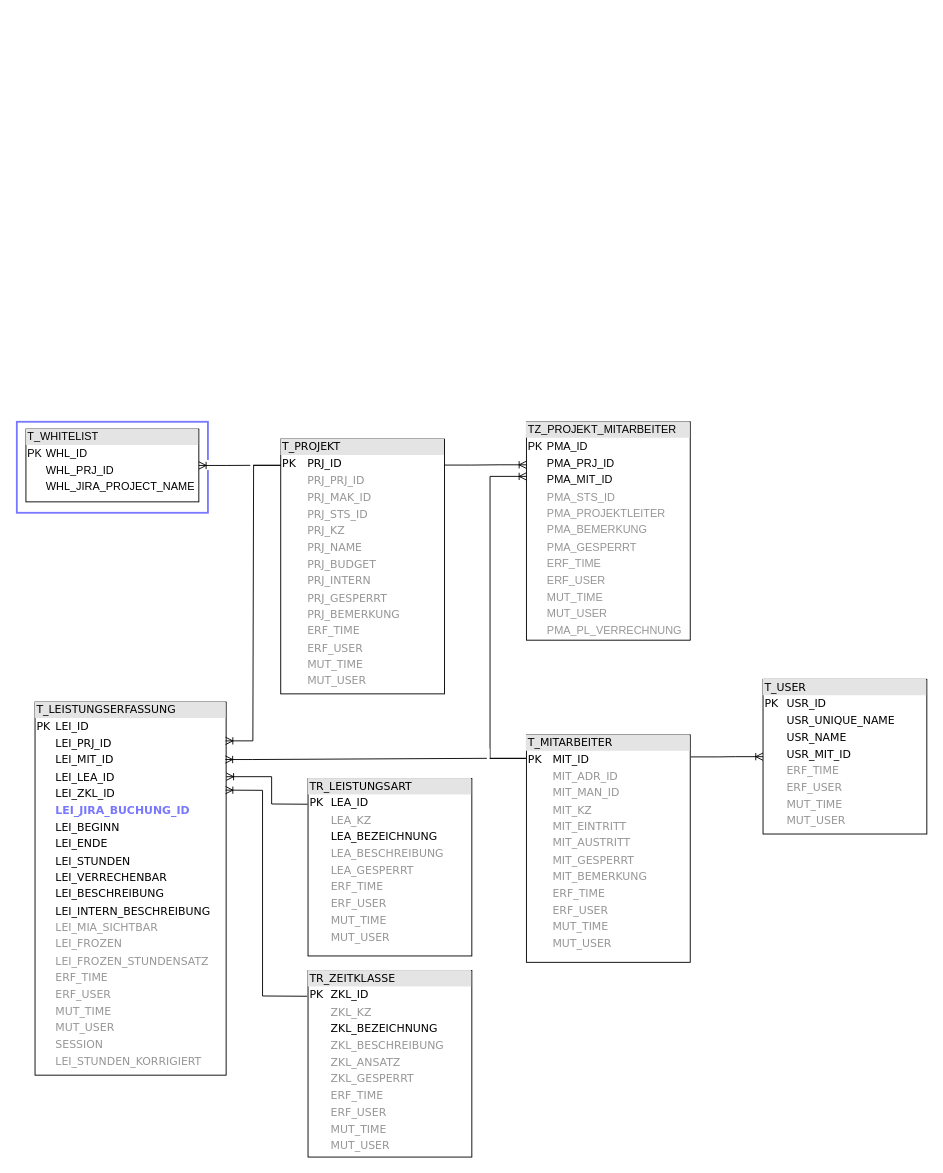
Above: Documentation/LEISDatenbankDiagramm.drawio in SIL-Softec/Jira-Synchronizer (draw.io), before the change. Source tidied: cells renumbered, new cells numbered last; positions are measured from the earlier drawing's top-left corner, leaving out a move shared by most shapes. Both pictures are drawn from the tidied source at 91%, with x=0, y=0 at pixel (16, 421).
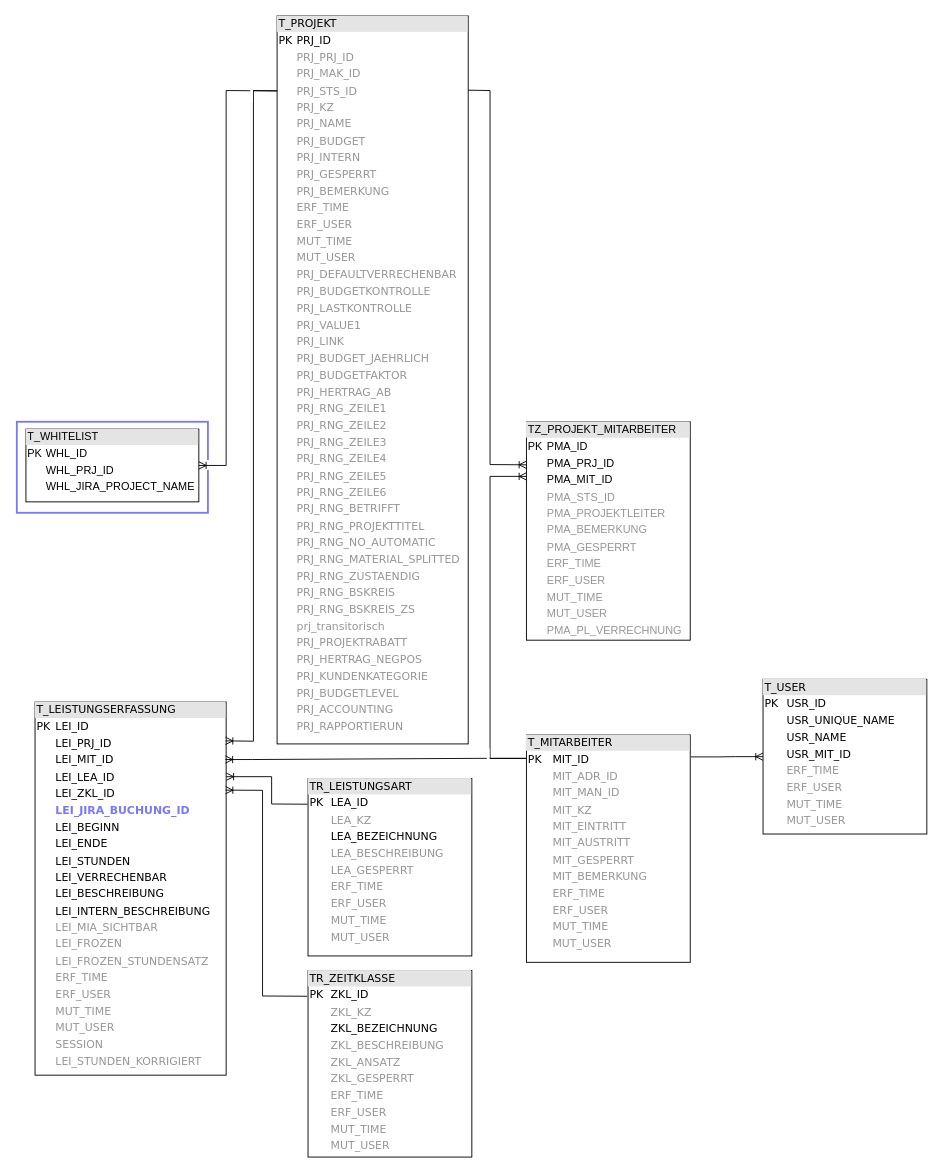
The same page after the edit.

Unchanged cells that the change refers to:
```xml
<mxCell id="8" value="&lt;div style=&quot;box-sizing: border-box ; width: 100% ; background: #e4e4e4 ; padding: 2px&quot;&gt;T_LEISTUNGSERFASSUNG&lt;/div&gt;&lt;table style=&quot;width: 100% ; font-size: 1em&quot; cellpadding=&quot;2&quot; cellspacing=&quot;0&quot;&gt;&lt;tbody&gt;&lt;tr&gt;&lt;td&gt;PK&lt;/td&gt;&lt;td&gt;LEI_ID&lt;/td&gt;&lt;/tr&gt;&lt;tr&gt;&lt;td&gt;&lt;br&gt;&lt;/td&gt;&lt;td&gt;LEI_PRJ_ID&lt;/td&gt;&lt;/tr&gt;&lt;tr&gt;&lt;td&gt;&lt;/td&gt;&lt;td&gt;LEI_MIT_ID&lt;/td&gt;&lt;/tr&gt;&lt;tr&gt;&lt;td&gt;&lt;br&gt;&lt;/td&gt;&lt;td&gt;LEI_LEA_ID&lt;br&gt;&lt;/td&gt;&lt;/tr&gt;&lt;tr&gt;&lt;td&gt;&lt;br&gt;&lt;/td&gt;&lt;td&gt;LEI_ZKL_ID&lt;br&gt;&lt;/td&gt;&lt;/tr&gt;&lt;tr&gt;&lt;td&gt;&lt;br&gt;&lt;/td&gt;&lt;td&gt;&lt;font color=&quot;#7878ff&quot;&gt;&lt;b&gt;LEI_JIRA_BUCHUNG_ID&lt;/b&gt;&lt;/font&gt;&lt;/td&gt;&lt;/tr&gt;&lt;tr&gt;&lt;td&gt;&lt;br&gt;&lt;/td&gt;&lt;td&gt;LEI_BEGINN&lt;br&gt;&lt;/td&gt;&lt;/tr&gt;&lt;tr&gt;&lt;td&gt;&lt;br&gt;&lt;/td&gt;&lt;td&gt;LEI_ENDE&lt;/td&gt;&lt;/tr&gt;&lt;tr&gt;&lt;td&gt;&lt;br&gt;&lt;/td&gt;&lt;td&gt;LEI_STUNDEN&lt;br&gt;&lt;/td&gt;&lt;/tr&gt;&lt;tr&gt;&lt;td&gt;&lt;br&gt;&lt;/td&gt;&lt;td&gt;LEI_VERRECHENBAR&lt;br&gt;&lt;/td&gt;&lt;/tr&gt;&lt;tr&gt;&lt;td&gt;&lt;br&gt;&lt;/td&gt;&lt;td&gt;LEI_BESCHREIBUNG&lt;/td&gt;&lt;/tr&gt;&lt;tr&gt;&lt;td&gt;&lt;br&gt;&lt;/td&gt;&lt;td&gt;LEI_INTERN_BESCHREIBUNG&lt;br&gt;&lt;/td&gt;&lt;/tr&gt;&lt;tr&gt;&lt;td&gt;&lt;br&gt;&lt;/td&gt;&lt;td&gt;&lt;font color=&quot;#969696&quot;&gt;LEI_MIA_SICHTBAR&lt;/font&gt;&lt;br&gt;&lt;/td&gt;&lt;/tr&gt;&lt;tr&gt;&lt;td&gt;&lt;br&gt;&lt;/td&gt;&lt;td&gt;&lt;font color=&quot;#969696&quot;&gt;LEI_FROZEN&lt;/font&gt;&lt;/td&gt;&lt;/tr&gt;&lt;tr&gt;&lt;td&gt;&lt;br&gt;&lt;/td&gt;&lt;td&gt;&lt;font color=&quot;#969696&quot;&gt;LEI_FROZEN_STUNDENSATZ&lt;/font&gt;&lt;br&gt;&lt;/td&gt;&lt;/tr&gt;&lt;tr&gt;&lt;td&gt;&lt;br&gt;&lt;/td&gt;&lt;td&gt;&lt;font color=&quot;#969696&quot;&gt;ERF_TIME&lt;/font&gt;&lt;/td&gt;&lt;/tr&gt;&lt;tr&gt;&lt;td&gt;&lt;br&gt;&lt;/td&gt;&lt;td&gt;&lt;font color=&quot;#969696&quot;&gt;ERF_USER&lt;/font&gt;&lt;br&gt;&lt;/td&gt;&lt;/tr&gt;&lt;tr&gt;&lt;td&gt;&lt;br&gt;&lt;/td&gt;&lt;td&gt;&lt;font color=&quot;#969696&quot;&gt;MUT_TIME&lt;/font&gt;&lt;/td&gt;&lt;/tr&gt;&lt;tr&gt;&lt;td&gt;&lt;br&gt;&lt;/td&gt;&lt;td&gt;&lt;font color=&quot;#969696&quot;&gt;MUT_USER&lt;/font&gt;&lt;/td&gt;&lt;/tr&gt;&lt;tr&gt;&lt;td&gt;&lt;br&gt;&lt;/td&gt;&lt;td&gt;&lt;font color=&quot;#969696&quot;&gt;SESSION&lt;/font&gt;&lt;/td&gt;&lt;/tr&gt;&lt;tr&gt;&lt;td&gt;&lt;br&gt;&lt;/td&gt;&lt;td&gt;&lt;font color=&quot;#969696&quot;&gt;LEI_STUNDEN_KORRIGIERT&lt;/font&gt;&lt;/td&gt;&lt;/tr&gt;&lt;/tbody&gt;&lt;/table&gt;" style="verticalAlign=top;align=left;overflow=fill;html=1;rounded=0;shadow=0;comic=0;labelBackgroundColor=none;strokeWidth=1;fontFamily=Verdana;fontSize=12;" parent="1" vertex="1">
  <mxGeometry x="20" y="308" width="210" height="410" as="geometry" />
</mxCell>
<mxCell id="10" value="&lt;div style=&quot;box-sizing:border-box;width:100%;background:#e4e4e4;padding:2px;&quot;&gt;T_WHITELIST&lt;/div&gt;&lt;table style=&quot;width:100%;font-size:1em;&quot; cellpadding=&quot;2&quot; cellspacing=&quot;0&quot;&gt;&lt;tbody&gt;&lt;tr&gt;&lt;td&gt;PK&lt;/td&gt;&lt;td&gt;WHL_ID&lt;/td&gt;&lt;/tr&gt;&lt;tr&gt;&lt;td&gt;&lt;br&gt;&lt;/td&gt;&lt;td&gt;WHL_PRJ_ID&lt;/td&gt;&lt;/tr&gt;&lt;tr&gt;&lt;td&gt;&lt;br&gt;&lt;/td&gt;&lt;td&gt;WHL_JIRA_PROJECT_NAME&lt;/td&gt;&lt;/tr&gt;&lt;/tbody&gt;&lt;/table&gt;" style="verticalAlign=top;align=left;overflow=fill;html=1;whiteSpace=wrap;" parent="1" vertex="1">
  <mxGeometry x="10" y="8" width="190" height="80" as="geometry" />
</mxCell>
<mxCell id="11" value="&lt;div style=&quot;box-sizing:border-box;width:100%;background:#e4e4e4;padding:2px;&quot;&gt;TZ_PROJEKT_MITARBEITER&lt;/div&gt;&lt;table style=&quot;width:100%;font-size:1em;&quot; cellpadding=&quot;2&quot; cellspacing=&quot;0&quot;&gt;&lt;tbody&gt;&lt;tr&gt;&lt;td&gt;PK&lt;/td&gt;&lt;td&gt;PMA_ID&lt;/td&gt;&lt;/tr&gt;&lt;tr&gt;&lt;td&gt;&lt;br&gt;&lt;/td&gt;&lt;td&gt;PMA_PRJ_ID&lt;/td&gt;&lt;/tr&gt;&lt;tr&gt;&lt;td&gt;&lt;/td&gt;&lt;td&gt;PMA_MIT_ID&lt;/td&gt;&lt;/tr&gt;&lt;tr&gt;&lt;td&gt;&lt;br&gt;&lt;/td&gt;&lt;td&gt;&lt;font color=&quot;#969696&quot;&gt;PMA_STS_ID&lt;/font&gt;&lt;/td&gt;&lt;/tr&gt;&lt;tr&gt;&lt;td&gt;&lt;font color=&quot;#969696&quot;&gt;&lt;br&gt;&lt;/font&gt;&lt;/td&gt;&lt;td&gt;&lt;font color=&quot;#969696&quot;&gt;PMA_PROJEKTLEITER&lt;/font&gt;&lt;/td&gt;&lt;/tr&gt;&lt;tr&gt;&lt;td&gt;&lt;font color=&quot;#969696&quot;&gt;&lt;br&gt;&lt;/font&gt;&lt;/td&gt;&lt;td&gt;&lt;font color=&quot;#969696&quot;&gt;PMA_BEMERKUNG&lt;/font&gt;&lt;/td&gt;&lt;/tr&gt;&lt;tr&gt;&lt;td&gt;&lt;font color=&quot;#969696&quot;&gt;&lt;br&gt;&lt;/font&gt;&lt;/td&gt;&lt;td&gt;&lt;font color=&quot;#969696&quot;&gt;PMA_GESPERRT&lt;/font&gt;&lt;/td&gt;&lt;/tr&gt;&lt;tr&gt;&lt;td&gt;&lt;font color=&quot;#969696&quot;&gt;&lt;br&gt;&lt;/font&gt;&lt;/td&gt;&lt;td&gt;&lt;font color=&quot;#969696&quot;&gt;ERF_TIME&lt;/font&gt;&lt;/td&gt;&lt;/tr&gt;&lt;tr&gt;&lt;td&gt;&lt;font color=&quot;#969696&quot;&gt;&lt;br&gt;&lt;/font&gt;&lt;/td&gt;&lt;td&gt;&lt;font color=&quot;#969696&quot;&gt;ERF_USER&lt;/font&gt;&lt;/td&gt;&lt;/tr&gt;&lt;tr&gt;&lt;td&gt;&lt;font color=&quot;#969696&quot;&gt;&lt;br&gt;&lt;/font&gt;&lt;/td&gt;&lt;td&gt;&lt;font color=&quot;#969696&quot;&gt;MUT_TIME&lt;/font&gt;&lt;/td&gt;&lt;/tr&gt;&lt;tr&gt;&lt;td&gt;&lt;font color=&quot;#969696&quot;&gt;&lt;br&gt;&lt;/font&gt;&lt;/td&gt;&lt;td&gt;&lt;font color=&quot;#969696&quot;&gt;MUT_USER&lt;/font&gt;&lt;/td&gt;&lt;/tr&gt;&lt;tr&gt;&lt;td&gt;&lt;font color=&quot;#969696&quot;&gt;&lt;br&gt;&lt;/font&gt;&lt;/td&gt;&lt;td&gt;&lt;font color=&quot;#969696&quot;&gt;PMA_PL_VERRECHNUNG&lt;/font&gt;&lt;/td&gt;&lt;/tr&gt;&lt;/tbody&gt;&lt;/table&gt;" style="verticalAlign=top;align=left;overflow=fill;html=1;whiteSpace=wrap;" parent="1" vertex="1">
  <mxGeometry x="560" width="180" height="240" as="geometry" />
</mxCell>
```

What changed in the source:
```diff
@@
-    <mxCell id="5" value="&lt;div style=&quot;box-sizing: border-box ; width: 100% ; background: #e4e4e4 ; padding: 2px&quot;&gt;T_PROJEKT&lt;/div&gt;&lt;table style=&quot;width: 100% ; font-size: 1em&quot; cellpadding=&quot;2&quot; cellspacing=&quot;0&quot;&gt;&lt;tbody&gt;&lt;tr&gt;&lt;td&gt;PK&lt;/td&gt;&lt;td&gt;PRJ_ID&lt;/td&gt;&lt;/tr&gt;&lt;tr&gt;&lt;td&gt;&lt;br&gt;&lt;/td&gt;&lt;td&gt;&lt;font color=&quot;#969696&quot;&gt;PRJ_PRJ_ID&lt;/font&gt;&lt;/td&gt;&lt;/tr&gt;&lt;tr&gt;&lt;td&gt;&lt;/td&gt;&lt;td&gt;&lt;font color=&quot;#969696&quot;&gt;PRJ_MAK_ID&lt;/font&gt;&lt;/td&gt;&lt;/tr&gt;&lt;tr&gt;&lt;td&gt;&lt;br&gt;&lt;/td&gt;&lt;td&gt;&lt;font color=&quot;#969696&quot;&gt;PRJ_STS_ID&lt;/font&gt;&lt;/td&gt;&lt;/tr&gt;&lt;tr&gt;&lt;td&gt;&lt;font color=&quot;#969696&quot;&gt;&lt;br&gt;&lt;/font&gt;&lt;/td&gt;&lt;td&gt;&lt;font color=&quot;#969696&quot;&gt;PRJ_KZ&lt;/font&gt;&lt;/td&gt;&lt;/tr&gt;&lt;tr&gt;&lt;td&gt;&lt;font color=&quot;#969696&quot;&gt;&lt;br&gt;&lt;/font&gt;&lt;/td&gt;&lt;td&gt;&lt;font color=&quot;#969696&quot;&gt;PRJ_NAME&lt;/font&gt;&lt;/td&gt;&lt;/tr&gt;&lt;tr&gt;&lt;td&gt;&lt;font color=&quot;#969696&quot;&gt;&lt;br&gt;&lt;/font&gt;&lt;/td&gt;&lt;td&gt;&lt;font color=&quot;#969696&quot;&gt;PRJ_BUDGET&lt;/font&gt;&lt;/td&gt;&lt;/tr&gt;&lt;tr&gt;&lt;td&gt;&lt;font color=&quot;#969696&quot;&gt;&lt;br&gt;&lt;/font&gt;&lt;/td&gt;&lt;td&gt;&lt;font color=&quot;#969696&quot;&gt;PRJ_INTERN&lt;/font&gt;&lt;/td&gt;&lt;/tr&gt;&lt;tr&gt;&lt;td&gt;&lt;font color=&quot;#969696&quot;&gt;&lt;br&gt;&lt;/font&gt;&lt;/td&gt;&lt;td&gt;&lt;font color=&quot;#969696&quot;&gt;PRJ_GESPERRT&lt;/font&gt;&lt;/td&gt;&lt;/tr&gt;&lt;tr&gt;&lt;td&gt;&lt;font color=&quot;#969696&quot;&gt;&lt;br&gt;&lt;/font&gt;&lt;/td&gt;&lt;td&gt;&lt;font color=&quot;#969696&quot;&gt;PRJ_BEMERKUNG&lt;/font&gt;&lt;/td&gt;&lt;/tr&gt;&lt;tr&gt;&lt;td&gt;&lt;font color=&quot;#969696&quot;&gt;&lt;br&gt;&lt;/font&gt;&lt;/td&gt;&lt;td&gt;&lt;font color=&quot;#969696&quot;&gt;ERF_TIME&lt;/font&gt;&lt;/td&gt;&lt;/tr&gt;&lt;tr&gt;&lt;td&gt;&lt;font color=&quot;#969696&quot;&gt;&lt;br&gt;&lt;/font&gt;&lt;/td&gt;&lt;td&gt;&lt;font color=&quot;#969696&quot;&gt;ERF_USER&lt;/font&gt;&lt;/td&gt;&lt;/tr&gt;&lt;tr&gt;&lt;td&gt;&lt;font color=&quot;#969696&quot;&gt;&lt;br&gt;&lt;/font&gt;&lt;/td&gt;&lt;td&gt;&lt;font color=&quot;#969696&quot;&gt;MUT_TIME&lt;/font&gt;&lt;/td&gt;&lt;/tr&gt;&lt;tr&gt;&lt;td&gt;&lt;font color=&quot;#969696&quot;&gt;&lt;br&gt;&lt;/font&gt;&lt;/td&gt;&lt;td&gt;&lt;font color=&quot;#969696&quot;&gt;MUT_USER&lt;/font&gt;&lt;/td&gt;&lt;/tr&gt;&lt;/tbody&gt;&lt;/table&gt;" style="verticalAlign=top;align=left;overflow=fill;html=1;rounded=0;shadow=0;comic=0;labelBackgroundColor=none;strokeWidth=1;fontFamily=Verdana;fontSize=12;" parent="1" vertex="1">
-      <mxGeometry x="290" y="19" width="180" height="280" as="geometry" />
+    <mxCell id="5" value="&lt;div style=&quot;box-sizing: border-box ; width: 100% ; background: #e4e4e4 ; padding: 2px&quot;&gt;T_PROJEKT&lt;/div&gt;&lt;table style=&quot;width: 100% ; font-size: 1em&quot; cellpadding=&quot;2&quot; cellspacing=&quot;0&quot;&gt;&lt;tbody&gt;&lt;tr&gt;&lt;td&gt;PK&lt;/td&gt;&lt;td&gt;PRJ_ID&lt;/td&gt;&lt;/tr&gt;&lt;tr&gt;&lt;td&gt;&lt;br&gt;&lt;/td&gt;&lt;td&gt;&lt;font color=&quot;#969696&quot;&gt;PRJ_PRJ_ID&lt;/font&gt;&lt;/td&gt;&lt;/tr&gt;&lt;tr&gt;&lt;td&gt;&lt;/td&gt;&lt;td&gt;&lt;font color=&quot;#969696&quot;&gt;PRJ_MAK_ID&lt;/font&gt;&lt;/td&gt;&lt;/tr&gt;&lt;tr&gt;&lt;td&gt;&lt;br&gt;&lt;/td&gt;&lt;td&gt;&lt;font color=&quot;#969696&quot;&gt;PRJ_STS_ID&lt;/font&gt;&lt;/td&gt;&lt;/tr&gt;&lt;tr&gt;&lt;td&gt;&lt;font color=&quot;#969696&quot;&gt;&lt;br&gt;&lt;/font&gt;&lt;/td&gt;&lt;td&gt;&lt;font color=&quot;#969696&quot;&gt;PRJ_KZ&lt;/font&gt;&lt;/td&gt;&lt;/tr&gt;&lt;tr&gt;&lt;td&gt;&lt;font color=&quot;#969696&quot;&gt;&lt;br&gt;&lt;/font&gt;&lt;/td&gt;&lt;td&gt;&lt;font color=&quot;#969696&quot;&gt;PRJ_NAME&lt;/font&gt;&lt;/td&gt;&lt;/tr&gt;&lt;tr&gt;&lt;td&gt;&lt;font color=&quot;#969696&quot;&gt;&lt;br&gt;&lt;/font&gt;&lt;/td&gt;&lt;td&gt;&lt;font color=&quot;#969696&quot;&gt;PRJ_BUDGET&lt;/font&gt;&lt;/td&gt;&lt;/tr&gt;&lt;tr&gt;&lt;td&gt;&lt;font color=&quot;#969696&quot;&gt;&lt;br&gt;&lt;/font&gt;&lt;/td&gt;&lt;td&gt;&lt;font color=&quot;#969696&quot;&gt;PRJ_INTERN&lt;/font&gt;&lt;/td&gt;&lt;/tr&gt;&lt;tr&gt;&lt;td&gt;&lt;font color=&quot;#969696&quot;&gt;&lt;br&gt;&lt;/font&gt;&lt;/td&gt;&lt;td&gt;&lt;font color=&quot;#969696&quot;&gt;PRJ_GESPERRT&lt;/font&gt;&lt;/td&gt;&lt;/tr&gt;&lt;tr&gt;&lt;td&gt;&lt;font color=&quot;#969696&quot;&gt;&lt;br&gt;&lt;/font&gt;&lt;/td&gt;&lt;td&gt;&lt;font color=&quot;#969696&quot;&gt;PRJ_BEMERKUNG&lt;/font&gt;&lt;/td&gt;&lt;/tr&gt;&lt;tr&gt;&lt;td&gt;&lt;font color=&quot;#969696&quot;&gt;&lt;br&gt;&lt;/font&gt;&lt;/td&gt;&lt;td&gt;&lt;font color=&quot;#969696&quot;&gt;ERF_TIME&lt;/font&gt;&lt;/td&gt;&lt;/tr&gt;&lt;tr&gt;&lt;td&gt;&lt;font color=&quot;#969696&quot;&gt;&lt;br&gt;&lt;/font&gt;&lt;/td&gt;&lt;td&gt;&lt;font color=&quot;#969696&quot;&gt;ERF_USER&lt;/font&gt;&lt;/td&gt;&lt;/tr&gt;&lt;tr&gt;&lt;td&gt;&lt;font color=&quot;#969696&quot;&gt;&lt;br&gt;&lt;/font&gt;&lt;/td&gt;&lt;td&gt;&lt;font color=&quot;#969696&quot;&gt;MUT_TIME&lt;/font&gt;&lt;/td&gt;&lt;/tr&gt;&lt;tr&gt;&lt;td&gt;&lt;font color=&quot;#969696&quot;&gt;&lt;br&gt;&lt;/font&gt;&lt;/td&gt;&lt;td&gt;&lt;font color=&quot;#969696&quot;&gt;MUT_USER&lt;/font&gt;&lt;/td&gt;&lt;/tr&gt;&lt;tr&gt;&lt;td&gt;&lt;br&gt;&lt;/td&gt;&lt;td&gt;&lt;font color=&quot;#969696&quot;&gt;PRJ_DEFAULTVERRECHENBAR&lt;/font&gt;&lt;/td&gt;&lt;/tr&gt;&lt;tr&gt;&lt;td&gt;&lt;font color=&quot;#969696&quot;&gt;&lt;br&gt;&lt;/font&gt;&lt;/td&gt;&lt;td&gt;&lt;font color=&quot;#969696&quot;&gt;PRJ_BUDGETKONTROLLE&lt;/font&gt;&lt;/td&gt;&lt;/tr&gt;&lt;tr&gt;&lt;td&gt;&lt;font color=&quot;#969696&quot;&gt;&lt;br&gt;&lt;/font&gt;&lt;/td&gt;&lt;td&gt;&lt;font color=&quot;#969696&quot;&gt;PRJ_LASTKONTROLLE&lt;/font&gt;&lt;/td&gt;&lt;/tr&gt;&lt;tr&gt;&lt;td&gt;&lt;font color=&quot;#969696&quot;&gt;&lt;br&gt;&lt;/font&gt;&lt;/td&gt;&lt;td&gt;&lt;font color=&quot;#969696&quot;&gt;PRJ_VALUE1&lt;/font&gt;&lt;/td&gt;&lt;/tr&gt;&lt;tr&gt;&lt;td&gt;&lt;font color=&quot;#969696&quot;&gt;&lt;br&gt;&lt;/font&gt;&lt;/td&gt;&lt;td&gt;&lt;font color=&quot;#969696&quot;&gt;PRJ_LINK&lt;/font&gt;&lt;/td&gt;&lt;/tr&gt;&lt;tr&gt;&lt;td&gt;&lt;font color=&quot;#969696&quot;&gt;&lt;br&gt;&lt;/font&gt;&lt;/td&gt;&lt;td&gt;&lt;font color=&quot;#969696&quot;&gt;PRJ_BUDGET_JAEHRLICH&lt;/font&gt;&lt;/td&gt;&lt;/tr&gt;&lt;tr&gt;&lt;td&gt;&lt;font color=&quot;#969696&quot;&gt;&lt;br&gt;&lt;/font&gt;&lt;/td&gt;&lt;td&gt;&lt;font color=&quot;#969696&quot;&gt;PRJ_BUDGETFAKTOR&lt;/font&gt;&lt;/td&gt;&lt;/tr&gt;&lt;tr&gt;&lt;td&gt;&lt;font color=&quot;#969696&quot;&gt;&lt;br&gt;&lt;/font&gt;&lt;/td&gt;&lt;td&gt;&lt;font color=&quot;#969696&quot;&gt;PRJ_HERTRAG_AB&lt;/font&gt;&lt;/td&gt;&lt;/tr&gt;&lt;tr&gt;&lt;td&gt;&lt;font color=&quot;#969696&quot;&gt;&lt;br&gt;&lt;/font&gt;&lt;/td&gt;&lt;td&gt;&lt;font color=&quot;#969696&quot;&gt;PRJ_RNG_ZEILE1&lt;/font&gt;&lt;/td&gt;&lt;/tr&gt;&lt;tr&gt;&lt;td&gt;&lt;font color=&quot;#969696&quot;&gt;&lt;br&gt;&lt;/font&gt;&lt;/td&gt;&lt;td&gt;&lt;font color=&quot;#969696&quot;&gt;PRJ_RNG_ZEILE2&lt;/font&gt;&lt;/td&gt;&lt;/tr&gt;&lt;tr&gt;&lt;td&gt;&lt;font color=&quot;#969696&quot;&gt;&lt;br&gt;&lt;/font&gt;&lt;/td&gt;&lt;td&gt;&lt;font color=&quot;#969696&quot;&gt;PRJ_RNG_ZEILE3&lt;/font&gt;&lt;/td&gt;&lt;/tr&gt;&lt;tr&gt;&lt;td&gt;&lt;font color=&quot;#969696&quot;&gt;&lt;br&gt;&lt;/font&gt;&lt;/td&gt;&lt;td&gt;&lt;font color=&quot;#969696&quot;&gt;PRJ_RNG_ZEILE4&lt;/font&gt;&lt;/td&gt;&lt;/tr&gt;&lt;tr&gt;&lt;td&gt;&lt;font color=&quot;#969696&quot;&gt;&lt;br&gt;&lt;/font&gt;&lt;/td&gt;&lt;td&gt;&lt;font color=&quot;#969696&quot;&gt;PRJ_RNG_ZEILE5&lt;/font&gt;&lt;/td&gt;&lt;/tr&gt;&lt;tr&gt;&lt;td&gt;&lt;font color=&quot;#969696&quot;&gt;&lt;br&gt;&lt;/font&gt;&lt;/td&gt;&lt;td&gt;&lt;font color=&quot;#969696&quot;&gt;PRJ_RNG_ZEILE6&lt;/font&gt;&lt;/td&gt;&lt;/tr&gt;&lt;tr&gt;&lt;td&gt;&lt;font color=&quot;#969696&quot;&gt;&lt;br&gt;&lt;/font&gt;&lt;/td&gt;&lt;td&gt;&lt;font color=&quot;#969696&quot;&gt;PRJ_RNG_BETRIFFT&lt;/font&gt;&lt;/td&gt;&lt;/tr&gt;&lt;tr&gt;&lt;td&gt;&lt;font color=&quot;#969696&quot;&gt;&lt;br&gt;&lt;/font&gt;&lt;/td&gt;&lt;td&gt;&lt;font color=&quot;#969696&quot;&gt;PRJ_RNG_PROJEKTTITEL&lt;/font&gt;&lt;/td&gt;&lt;/tr&gt;&lt;tr&gt;&lt;td&gt;&lt;font color=&quot;#969696&quot;&gt;&lt;br&gt;&lt;/font&gt;&lt;/td&gt;&lt;td&gt;&lt;font color=&quot;#969696&quot;&gt;PRJ_RNG_NO_AUTOMATIC&lt;/font&gt;&lt;/td&gt;&lt;/tr&gt;&lt;tr&gt;&lt;td&gt;&lt;font color=&quot;#969696&quot;&gt;&lt;br&gt;&lt;/font&gt;&lt;/td&gt;&lt;td&gt;&lt;font color=&quot;#969696&quot;&gt;PRJ_RNG_MATERIAL_SPLITTED&lt;/font&gt;&lt;/td&gt;&lt;/tr&gt;&lt;tr&gt;&lt;td&gt;&lt;font color=&quot;#969696&quot;&gt;&lt;br&gt;&lt;/font&gt;&lt;/td&gt;&lt;td&gt;&lt;font color=&quot;#969696&quot;&gt;PRJ_RNG_ZUSTAENDIG&lt;/font&gt;&lt;/td&gt;&lt;/tr&gt;&lt;tr&gt;&lt;td&gt;&lt;font color=&quot;#969696&quot;&gt;&lt;br&gt;&lt;/font&gt;&lt;/td&gt;&lt;td&gt;&lt;font color=&quot;#969696&quot;&gt;PRJ_RNG_BSKREIS&lt;/font&gt;&lt;/td&gt;&lt;/tr&gt;&lt;tr&gt;&lt;td&gt;&lt;font color=&quot;#969696&quot;&gt;&lt;br&gt;&lt;/font&gt;&lt;/td&gt;&lt;td&gt;&lt;font color=&quot;#969696&quot;&gt;PRJ_RNG_BSKREIS_ZS&lt;/font&gt;&lt;/td&gt;&lt;/tr&gt;&lt;tr&gt;&lt;td&gt;&lt;font color=&quot;#969696&quot;&gt;&lt;br&gt;&lt;/font&gt;&lt;/td&gt;&lt;td&gt;&lt;font color=&quot;#969696&quot;&gt;prj_transitorisch&lt;/font&gt;&lt;/td&gt;&lt;/tr&gt;&lt;tr&gt;&lt;td&gt;&lt;font color=&quot;#969696&quot;&gt;&lt;br&gt;&lt;/font&gt;&lt;/td&gt;&lt;td&gt;&lt;font color=&quot;#969696&quot;&gt;PRJ_PROJEKTRABATT&lt;/font&gt;&lt;/td&gt;&lt;/tr&gt;&lt;tr&gt;&lt;td&gt;&lt;font color=&quot;#969696&quot;&gt;&lt;br&gt;&lt;/font&gt;&lt;/td&gt;&lt;td&gt;&lt;font color=&quot;#969696&quot;&gt;PRJ_HERTRAG_NEGPOS&lt;/font&gt;&lt;/td&gt;&lt;/tr&gt;&lt;tr&gt;&lt;td&gt;&lt;font color=&quot;#969696&quot;&gt;&lt;br&gt;&lt;/font&gt;&lt;/td&gt;&lt;td&gt;&lt;font color=&quot;#969696&quot;&gt;PRJ_KUNDENKATEGORIE&lt;/font&gt;&lt;/td&gt;&lt;/tr&gt;&lt;tr&gt;&lt;td&gt;&lt;font color=&quot;#969696&quot;&gt;&lt;br&gt;&lt;/font&gt;&lt;/td&gt;&lt;td&gt;&lt;font color=&quot;#969696&quot;&gt;PRJ_BUDGETLEVEL&lt;/font&gt;&lt;/td&gt;&lt;/tr&gt;&lt;tr&gt;&lt;td&gt;&lt;font color=&quot;#969696&quot;&gt;&lt;br&gt;&lt;/font&gt;&lt;/td&gt;&lt;td&gt;&lt;font color=&quot;#969696&quot;&gt;PRJ_ACCOUNTING&lt;/font&gt;&lt;/td&gt;&lt;/tr&gt;&lt;tr&gt;&lt;td&gt;&lt;font color=&quot;#969696&quot;&gt;&lt;br&gt;&lt;/font&gt;&lt;/td&gt;&lt;td&gt;&lt;font color=&quot;#969696&quot;&gt;PRJ_RAPPORTIERUN&lt;/font&gt;&lt;/td&gt;&lt;/tr&gt;&lt;/tbody&gt;&lt;/table&gt;" style="verticalAlign=top;align=left;overflow=fill;html=1;rounded=0;shadow=0;comic=0;labelBackgroundColor=none;strokeWidth=1;fontFamily=Verdana;fontSize=12;" parent="1" vertex="1">
+      <mxGeometry x="286" y="-446" width="210" height="800" as="geometry" />
     </mxCell>
@@
-    <mxCell id="12" style="edgeStyle=entityRelationEdgeStyle;fontSize=12;html=1;endArrow=ERoneToMany;rounded=0;entryX=1;entryY=0.5;entryDx=0;entryDy=0;exitX=0;exitY=0.103;exitDx=0;exitDy=0;exitPerimeter=0;" parent="1" edge="1" source="5" target="10">
-      <mxGeometry relative="1" as="geometry" />
+    <mxCell id="12" style="fontSize=12;html=1;endArrow=ERoneToMany;rounded=0;entryX=1;entryY=0.5;entryDx=0;entryDy=0;exitX=0;exitY=0.103;exitDx=0;exitDy=0;exitPerimeter=0;" parent="1" edge="1" source="5" target="10">
+      <mxGeometry relative="1" as="geometry">
+        <Array as="points">
+          <mxPoint x="230" y="-364" />
+          <mxPoint x="230" y="48" />
+        </Array>
+      </mxGeometry>
     </mxCell>
-    <mxCell id="13" style="edgeStyle=entityRelationEdgeStyle;fontSize=12;html=1;endArrow=ERoneToMany;rounded=0;entryX=0;entryY=0.197;entryDx=0;entryDy=0;entryPerimeter=0;exitX=1;exitY=0.102;exitDx=0;exitDy=0;exitPerimeter=0;endFill=0;" parent="1" edge="1" source="5" target="11">
-      <mxGeometry relative="1" as="geometry" />
+    <mxCell id="13" style="fontSize=12;html=1;endArrow=ERoneToMany;rounded=0;entryX=0;entryY=0.197;entryDx=0;entryDy=0;entryPerimeter=0;exitX=1;exitY=0.102;exitDx=0;exitDy=0;exitPerimeter=0;endFill=0;" parent="1" edge="1" source="5" target="11">
+      <mxGeometry relative="1" as="geometry">
+        <Array as="points">
+          <mxPoint x="520" y="-364" />
+          <mxPoint x="520" y="47" />
+        </Array>
+      </mxGeometry>
     </mxCell>
-    <mxCell id="14" style="edgeStyle=entityRelationEdgeStyle;fontSize=12;html=1;endArrow=ERoneToMany;rounded=0;entryX=0.997;entryY=0.104;entryDx=0;entryDy=0;entryPerimeter=0;exitX=0.001;exitY=0.103;exitDx=0;exitDy=0;exitPerimeter=0;endFill=0;" parent="1" edge="1" source="5" target="8">
+    <mxCell id="14" style="fontSize=12;html=1;endArrow=ERoneToMany;rounded=0;entryX=0.997;entryY=0.104;entryDx=0;entryDy=0;entryPerimeter=0;exitX=0.001;exitY=0.103;exitDx=0;exitDy=0;exitPerimeter=0;endFill=0;" parent="1" edge="1" source="5" target="8">
       <mxGeometry relative="1" as="geometry">
         <Array as="points">
-          <mxPoint x="250" y="348" />
-          <mxPoint x="100" y="188" />
-          <mxPoint x="230" y="198" />
-          <mxPoint x="250" y="351" />
+          <mxPoint x="260" y="-364" />
+          <mxPoint x="260" y="351" />
         </Array>
       </mxGeometry>
     </mxCell>
@@
     <mxCell id="20" style="endArrow=none;html=1;rounded=0;strokeWidth=3;strokeColor=#FFFFFF;" parent="1" edge="1">
       <mxGeometry relative="1" as="geometry">
-        <mxPoint x="258" y="58" as="sourcePoint" />
-        <mxPoint x="258" y="38" as="targetPoint" />
+        <mxPoint x="258" y="-351" as="sourcePoint" />
+        <mxPoint x="258" y="-371" as="targetPoint" />
       </mxGeometry>
     </mxCell>
```
